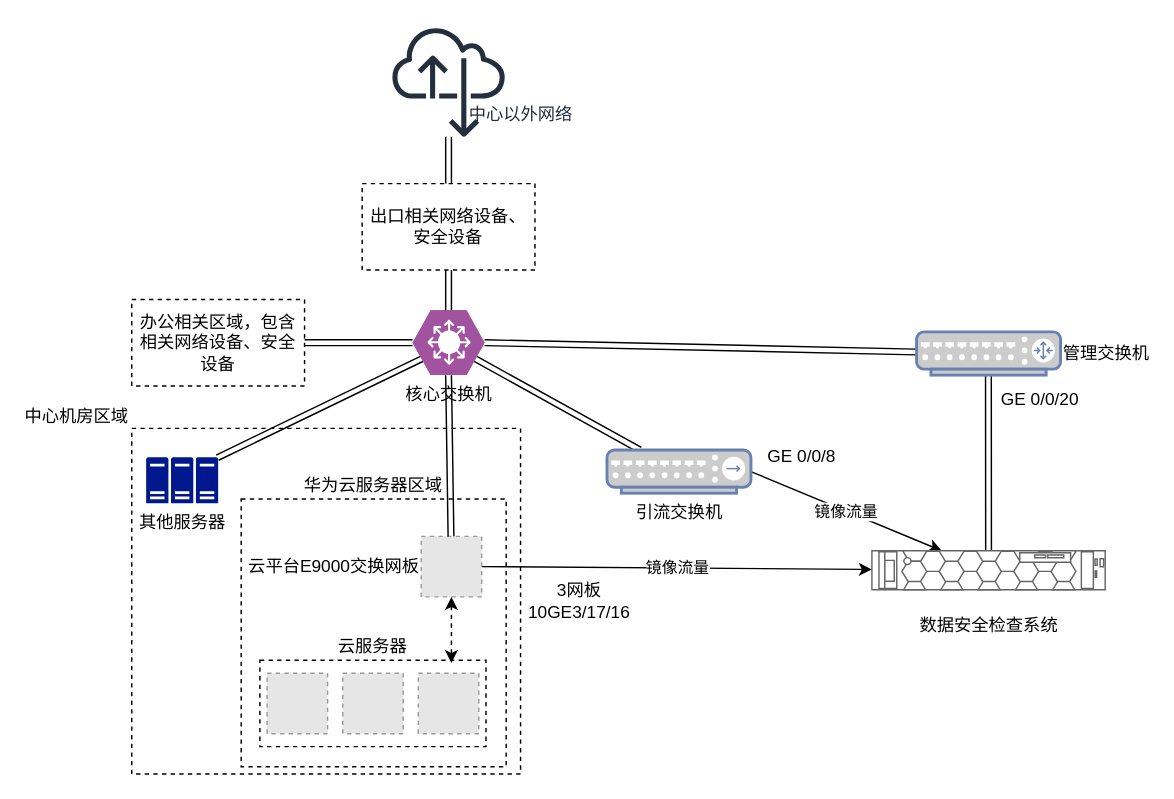
xyer-yu/test keeps this draw.io diagram as 未命名绘图.drawio. Above is the earlier version. Source tidied: cells renumbered, new cells numbered last; positions are measured from the earlier drawing's top-left corner, leaving out a move shared by most shapes. Both pictures are drawn from the tidied source at 144%, with x=0, y=0 at pixel (131, 24). Pictures stored in the file or linked from it are replaced by grey dashed boxes.
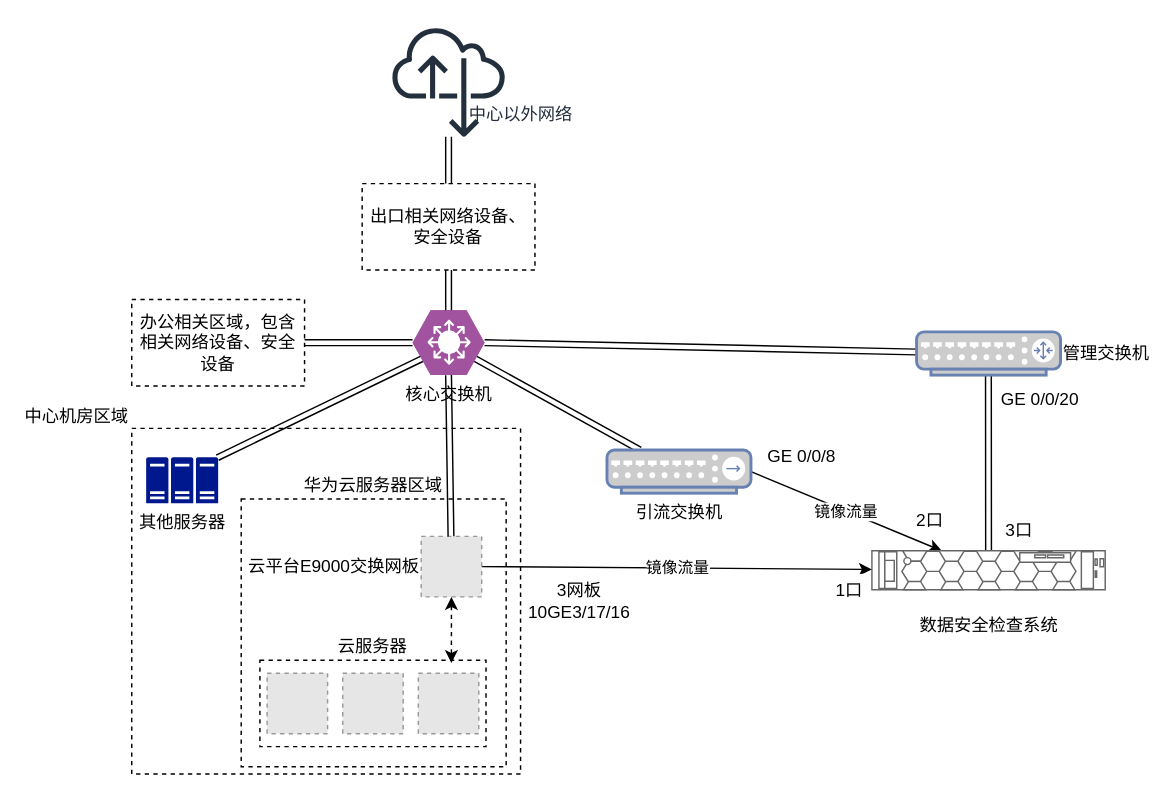
The same page after the edit.

What changed in the source:
```diff
@@
+    <mxCell id="31" value="1口" style="rounded=0;whiteSpace=wrap;html=1;strokeColor=none;" parent="1" vertex="1">
+      <mxGeometry x="485" y="381" width="27" height="23" as="geometry" />
+    </mxCell>
+    <mxCell id="32" value="2口" style="rounded=0;whiteSpace=wrap;html=1;strokeColor=none;" parent="1" vertex="1">
+      <mxGeometry x="541" y="332" width="27" height="23" as="geometry" />
+    </mxCell>
+    <mxCell id="33" value="3口" style="rounded=0;whiteSpace=wrap;html=1;strokeColor=none;" parent="1" vertex="1">
+      <mxGeometry x="603" y="339" width="27" height="23" as="geometry" />
+    </mxCell>
```
